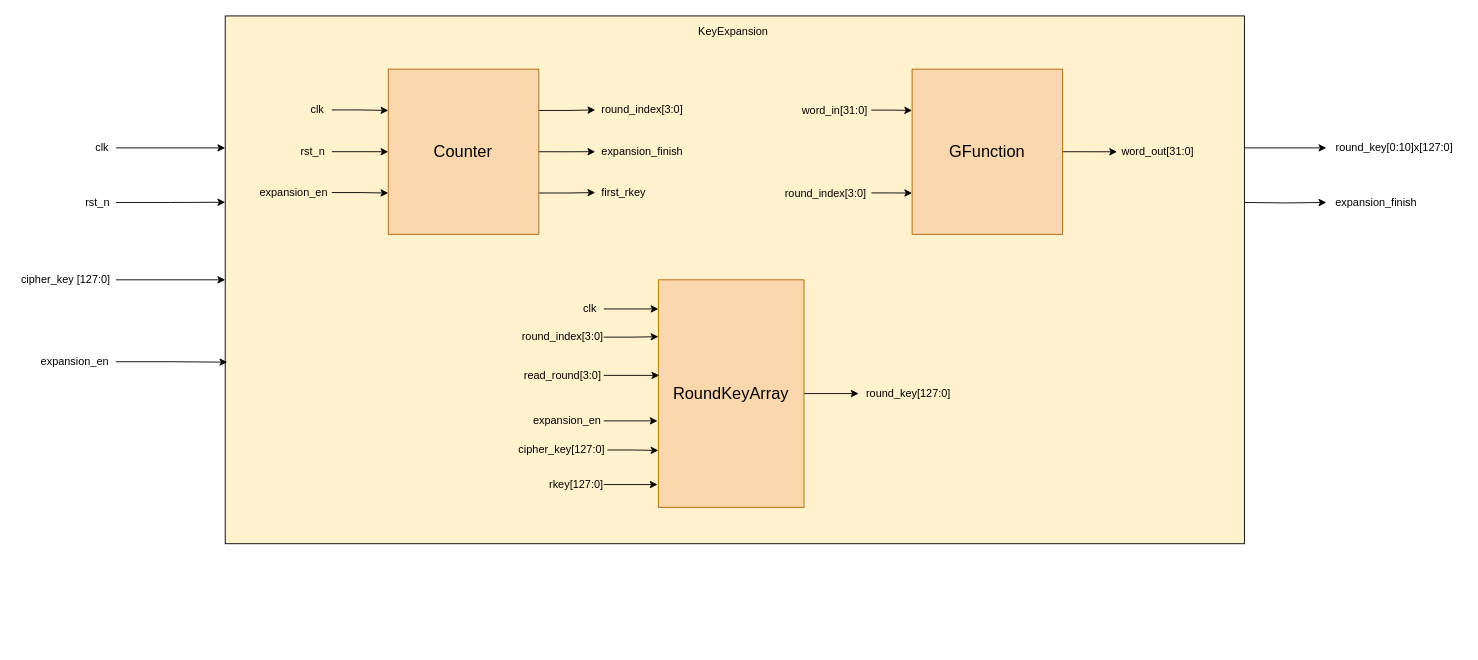
Above: KeyExpansion/diagram/drawio/AESKeyExpansionTopDes.drawio in LQLManZz/AES128-Verilog (draw.io), before the change. Source tidied: cells renumbered, new cells numbered last; positions are measured from the earlier drawing's top-left corner, leaving out a move shared by most shapes. Both pictures are drawn from the tidied source at 91%, with x=0, y=0 at pixel (15, 15).
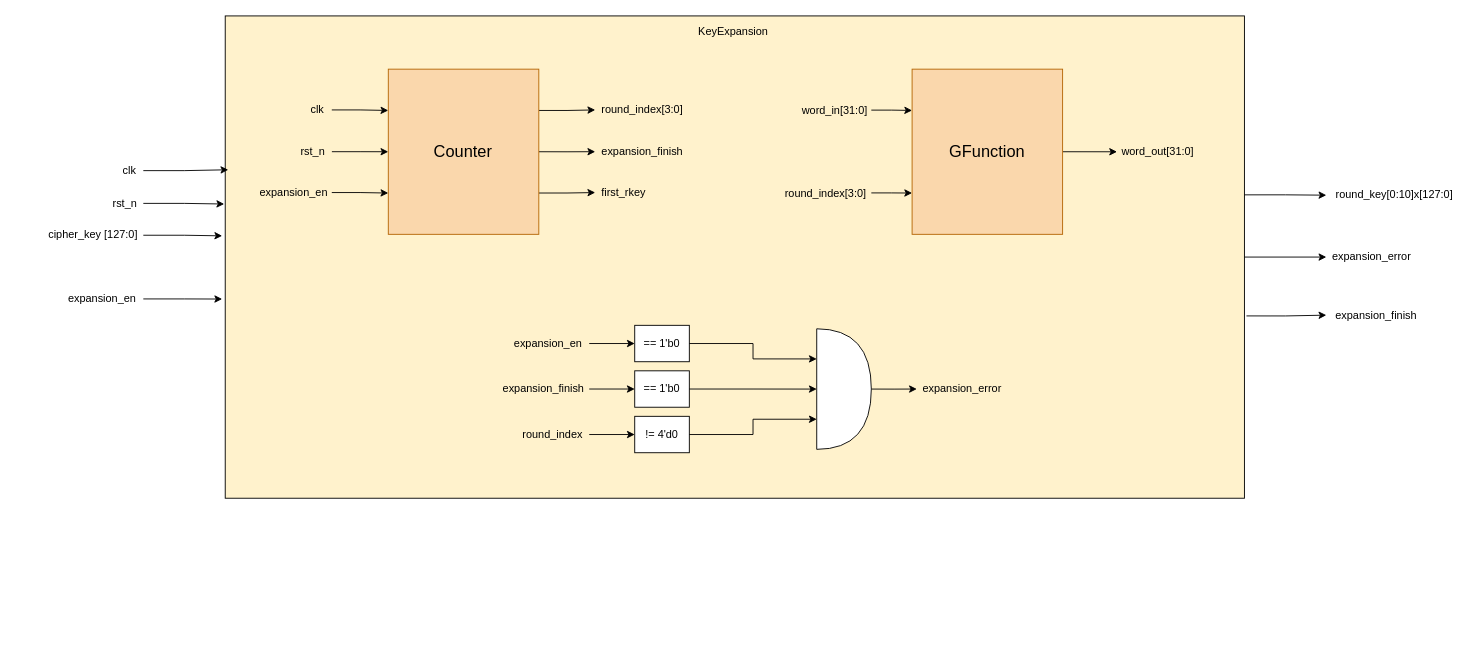
The same page after the edit.

Diff of the diagram source:
```diff
@@
-    <mxCell id="2" style="edgeStyle=orthogonalEdgeStyle;rounded=0;jettySize=auto;html=1;exitX=1;exitY=0.5;exitDx=0;exitDy=0;entryX=0;entryY=0.25;entryDx=0;entryDy=0;" parent="1" edge="1" source="3" target="12">
-      <mxGeometry relative="1" as="geometry" />
-    </mxCell>
     <mxCell id="3" value="clk" style="text;html=1;whiteSpace=wrap;strokeColor=none;fillColor=none;align=center;verticalAlign=middle;rounded=0;" parent="1" vertex="1">
-      <mxGeometry x="80" y="130" width="30" height="30" as="geometry" />
+      <mxGeometry x="110" y="155" width="30" height="30" as="geometry" />
     </mxCell>
     <mxCell id="4" value="rst_n" style="text;html=1;whiteSpace=wrap;strokeColor=none;fillColor=none;align=center;verticalAlign=middle;rounded=0;" parent="1" vertex="1">
-      <mxGeometry x="70" y="190" width="40" height="30" as="geometry" />
+      <mxGeometry x="100" y="191" width="40" height="30" as="geometry" />
     </mxCell>
     <mxCell id="5" value="expansion_en" style="text;html=1;whiteSpace=wrap;strokeColor=none;fillColor=none;align=center;verticalAlign=middle;rounded=0;" parent="1" vertex="1">
-      <mxGeometry x="20" y="360" width="90" height="40" as="geometry" />
+      <mxGeometry x="50" y="291" width="90" height="40" as="geometry" />
     </mxCell>
-    <mxCell id="6" style="edgeStyle=orthogonalEdgeStyle;rounded=0;jettySize=auto;html=1;exitX=1;exitY=0.5;exitDx=0;exitDy=0;entryX=0;entryY=0.5;entryDx=0;entryDy=0;" parent="1" edge="1" source="7" target="12">
-      <mxGeometry relative="1" as="geometry" />
-    </mxCell>
     <mxCell id="7" value="cipher_key [127:0]" style="text;html=1;whiteSpace=wrap;strokeColor=none;fillColor=none;align=center;verticalAlign=middle;rounded=0;" parent="1" vertex="1">
-      <mxGeometry y="275" width="110" height="30" as="geometry" />
+      <mxGeometry x="30" y="226" width="110" height="30" as="geometry" />
     </mxCell>
     <mxCell id="8" value="round_key[0:10]x[127:0]" style="text;html=1;whiteSpace=wrap;strokeColor=none;fillColor=none;align=center;verticalAlign=middle;rounded=0;" parent="1" vertex="1">
-      <mxGeometry x="1440" y="130" width="150" height="30" as="geometry" />
+      <mxGeometry x="1440" y="182" width="150" height="30" as="geometry" />
     </mxCell>
-    <mxCell id="9" style="edgeStyle=orthogonalEdgeStyle;rounded=0;jettySize=auto;html=1;exitX=0;exitY=0.5;exitDx=0;exitDy=0;entryX=0;entryY=0.5;entryDx=0;entryDy=0;" parent="1" edge="1" target="10">
-      <mxGeometry relative="1" as="geometry">
-        <mxPoint x="1350" y="205" as="sourcePoint" />
-      </mxGeometry>
-    </mxCell>
     <mxCell id="10" value="expansion_finish" style="text;html=1;whiteSpace=wrap;strokeColor=none;fillColor=none;align=center;verticalAlign=middle;rounded=0;" parent="1" vertex="1">
-      <mxGeometry x="1440" y="190" width="110" height="30" as="geometry" />
+      <mxGeometry x="1440" y="313.8" width="110" height="30" as="geometry" />
     </mxCell>
-    <mxCell id="11" style="group;" parent="1" vertex="1">
-      <mxGeometry x="230" width="1180" height="690" as="geometry" />
-    </mxCell>
-    <mxCell id="12" style="rounded=0;whiteSpace=wrap;html=1;fillColor=#fff2cc;strokeColor=#000000;" parent="11" vertex="1">
-      <mxGeometry width="1120" height="580" as="geometry" />
+    <mxCell id="12" style="rounded=0;whiteSpace=wrap;html=1;fillColor=#fff2cc;strokeColor=#000000;" parent="1" vertex="1">
+      <mxGeometry x="230" width="1120" height="530" as="geometry" />
     </mxCell>
-    <mxCell id="13" value="KeyExpansion" style="text;html=1;whiteSpace=wrap;strokeColor=none;fillColor=none;align=center;verticalAlign=middle;rounded=0;" parent="11" vertex="1">
-      <mxGeometry x="506.9" width="103.1" height="35.1" as="geometry" />
+    <mxCell id="13" value="KeyExpansion" style="text;html=1;whiteSpace=wrap;strokeColor=none;fillColor=none;align=center;verticalAlign=middle;rounded=0;" parent="1" vertex="1">
+      <mxGeometry x="736.9" width="103.1" height="35.1" as="geometry" />
     </mxCell>
-    <mxCell id="14" style="group;" parent="11" vertex="1">
-      <mxGeometry x="34.4" y="58.5" width="475.6" height="181.5" as="geometry" />
+    <mxCell id="14" style="group;" parent="1" vertex="1">
+      <mxGeometry x="264.4" y="58.5" width="475.6" height="181.5" as="geometry" />
     </mxCell>
@@
-    <mxCell id="28" style="group;" parent="11" vertex="1">
-      <mxGeometry x="610" y="58.5" width="460" height="181.5" as="geometry" />
+    <mxCell id="28" style="group;" parent="1" vertex="1">
+      <mxGeometry x="840" y="58.5" width="460" height="181.5" as="geometry" />
     </mxCell>
@@
-    <mxCell id="36" style="group;" parent="11" vertex="1">
-      <mxGeometry x="320" y="290" width="486" height="250" as="geometry" />
-    </mxCell>
-    <mxCell id="37" value="clk" style="text;html=1;whiteSpace=wrap;strokeColor=none;fillColor=none;align=center;verticalAlign=middle;rounded=0;" parent="36" vertex="1">
-      <mxGeometry x="66" y="17" width="30" height="30" as="geometry" />
-    </mxCell>
+    <mxCell id="55" style="edgeStyle=orthogonalEdgeStyle;rounded=0;jettySize=auto;html=1;exitX=1;exitY=0.5;exitDx=0;exitDy=0;entryX=0;entryY=0.5;entryDx=0;entryDy=0;" parent="1" edge="1" source="12" target="56">
+      <mxGeometry relative="1" as="geometry" />
+    </mxCell>
+    <mxCell id="56" value="expansion_error" style="text;html=1;whiteSpace=wrap;strokeColor=none;fillColor=none;align=center;verticalAlign=middle;rounded=0;" parent="1" vertex="1">
+      <mxGeometry x="1440" y="250" width="100" height="30" as="geometry" />
+    </mxCell>
+    <mxCell id="57" value="expansion_error" style="text;html=1;whiteSpace=wrap;strokeColor=none;fillColor=none;align=center;verticalAlign=middle;rounded=0;" parent="1" vertex="1">
+      <mxGeometry x="990" y="395" width="100" height="30" as="geometry" />
+    </mxCell>
+    <mxCell id="58" style="edgeStyle=orthogonalEdgeStyle;rounded=0;jettySize=auto;html=1;exitX=1;exitY=0.5;exitDx=0;exitDy=0;exitPerimeter=0;entryX=0;entryY=0.5;entryDx=0;entryDy=0;" parent="1" edge="1" source="59" target="57">
+      <mxGeometry relative="1" as="geometry" />
+    </mxCell>
+    <mxCell id="59" style="shape=or;whiteSpace=wrap;html=1;" parent="1" vertex="1">
+      <mxGeometry x="880" y="343.8" width="60" height="132.5" as="geometry" />
+    </mxCell>
+    <mxCell id="60" style="edgeStyle=orthogonalEdgeStyle;rounded=0;jettySize=auto;html=1;exitX=1;exitY=0.5;exitDx=0;exitDy=0;entryX=0;entryY=0.5;entryDx=0;entryDy=0;" parent="1" edge="1" source="38" target="65">
+      <mxGeometry relative="1" as="geometry" />
+    </mxCell>
-    <mxCell id="38" value="expansion_en" style="text;html=1;whiteSpace=wrap;strokeColor=none;fillColor=none;align=center;verticalAlign=middle;rounded=0;" parent="36" vertex="1">
-      <mxGeometry x="16" y="140" width="80" height="30" as="geometry" />
+    <mxCell id="38" value="expansion_en" style="text;html=1;whiteSpace=wrap;strokeColor=none;fillColor=none;align=center;verticalAlign=middle;rounded=0;" parent="1" vertex="1">
+      <mxGeometry x="540" y="345" width="90" height="30" as="geometry" />
     </mxCell>
-    <mxCell id="39" style="edgeStyle=orthogonalEdgeStyle;rounded=0;jettySize=auto;html=1;exitX=1;exitY=0.5;exitDx=0;exitDy=0;entryX=0;entryY=0.5;entryDx=0;entryDy=0;" parent="36" edge="1" source="40" target="45">
-      <mxGeometry relative="1" as="geometry" />
-    </mxCell>
-    <mxCell id="40" value="&lt;font style=&quot;font-size: 18px;&quot;&gt;RoundKeyArray&lt;/font&gt;" style="whiteSpace=wrap;html=1;fillColor=#fad7ac;strokeColor=#b46504;" parent="36" vertex="1">
-      <mxGeometry x="156" width="160" height="250" as="geometry" />
-    </mxCell>
-    <mxCell id="41" style="edgeStyle=orthogonalEdgeStyle;rounded=0;jettySize=auto;html=1;exitX=1;exitY=0.5;exitDx=0;exitDy=0;entryX=0;entryY=0.75;entryDx=0;entryDy=0;" parent="36" edge="1" source="42" target="40">
-      <mxGeometry relative="1" as="geometry" />
-    </mxCell>
-    <mxCell id="42" value="cipher_key[127:0]" style="text;html=1;whiteSpace=wrap;strokeColor=none;fillColor=none;align=center;verticalAlign=middle;rounded=0;" parent="36" vertex="1">
-      <mxGeometry y="172" width="100" height="30" as="geometry" />
-    </mxCell>
-    <mxCell id="43" value="rkey[127:0]" style="text;html=1;whiteSpace=wrap;strokeColor=none;fillColor=none;align=center;verticalAlign=middle;rounded=0;" parent="36" vertex="1">
-      <mxGeometry x="36" y="210" width="60" height="30" as="geometry" />
-    </mxCell>
-    <mxCell id="44" style="edgeStyle=orthogonalEdgeStyle;rounded=0;jettySize=auto;html=1;exitX=1;exitY=0.5;exitDx=0;exitDy=0;entryX=0;entryY=0.128;entryDx=0;entryDy=0;entryPerimeter=0;" parent="36" edge="1" source="37" target="40">
-      <mxGeometry relative="1" as="geometry" />
-    </mxCell>
-    <mxCell id="45" value="round_key[127:0]" style="text;html=1;whiteSpace=wrap;strokeColor=none;fillColor=none;align=center;verticalAlign=middle;rounded=0;" parent="36" vertex="1">
-      <mxGeometry x="376" y="110" width="110" height="30" as="geometry" />
-    </mxCell>
-    <mxCell id="46" style="edgeStyle=orthogonalEdgeStyle;rounded=0;jettySize=auto;html=1;exitX=1;exitY=0.5;exitDx=0;exitDy=0;entryX=0;entryY=0.25;entryDx=0;entryDy=0;" parent="36" edge="1" source="47" target="40">
-      <mxGeometry relative="1" as="geometry" />
-    </mxCell>
-    <mxCell id="47" value="round_index[3:0]" style="text;html=1;whiteSpace=wrap;strokeColor=none;fillColor=none;align=center;verticalAlign=middle;rounded=0;" parent="36" vertex="1">
-      <mxGeometry x="6" y="48" width="90" height="30" as="geometry" />
-    </mxCell>
-    <mxCell id="48" style="edgeStyle=orthogonalEdgeStyle;rounded=0;jettySize=auto;html=1;exitX=1;exitY=0.5;exitDx=0;exitDy=0;entryX=-0.006;entryY=0.9;entryDx=0;entryDy=0;entryPerimeter=0;" parent="36" edge="1" source="43" target="40">
-      <mxGeometry relative="1" as="geometry" />
-    </mxCell>
-    <mxCell id="49" style="edgeStyle=orthogonalEdgeStyle;rounded=0;jettySize=auto;html=1;exitX=1;exitY=0.5;exitDx=0;exitDy=0;entryX=-0.006;entryY=0.62;entryDx=0;entryDy=0;entryPerimeter=0;" parent="36" edge="1" source="38" target="40">
-      <mxGeometry relative="1" as="geometry" />
-    </mxCell>
-    <mxCell id="50" value="read_round[3:0]" style="text;html=1;whiteSpace=wrap;strokeColor=none;fillColor=none;align=center;verticalAlign=middle;rounded=0;" parent="36" vertex="1">
-      <mxGeometry x="6" y="90" width="90" height="30" as="geometry" />
-    </mxCell>
-    <mxCell id="51" style="edgeStyle=orthogonalEdgeStyle;rounded=0;jettySize=auto;html=1;exitX=1;exitY=0.5;exitDx=0;exitDy=0;entryX=0.006;entryY=0.42;entryDx=0;entryDy=0;entryPerimeter=0;" parent="36" edge="1" source="50" target="40">
-      <mxGeometry relative="1" as="geometry" />
-    </mxCell>
+    <mxCell id="61" style="edgeStyle=orthogonalEdgeStyle;rounded=0;jettySize=auto;html=1;exitX=1;exitY=0.5;exitDx=0;exitDy=0;entryX=0;entryY=0.5;entryDx=0;entryDy=0;" parent="1" edge="1" source="62" target="66">
+      <mxGeometry relative="1" as="geometry" />
+    </mxCell>
+    <mxCell id="62" value="expansion_finish" style="text;html=1;whiteSpace=wrap;strokeColor=none;fillColor=none;align=center;verticalAlign=middle;rounded=0;" parent="1" vertex="1">
+      <mxGeometry x="530" y="395" width="100" height="30" as="geometry" />
+    </mxCell>
+    <mxCell id="63" style="edgeStyle=orthogonalEdgeStyle;rounded=0;jettySize=auto;html=1;exitX=1;exitY=0.5;exitDx=0;exitDy=0;entryX=0;entryY=0.5;entryDx=0;entryDy=0;" parent="1" edge="1" source="64" target="67">
+      <mxGeometry relative="1" as="geometry" />
+    </mxCell>
+    <mxCell id="64" value="round_index" style="text;html=1;whiteSpace=wrap;strokeColor=none;fillColor=none;align=center;verticalAlign=middle;rounded=0;" parent="1" vertex="1">
+      <mxGeometry x="550" y="445" width="80" height="30" as="geometry" />
+    </mxCell>
+    <mxCell id="65" value="== 1'b0" style="whiteSpace=wrap;html=1;" parent="1" vertex="1">
+      <mxGeometry x="680" y="340" width="60" height="40" as="geometry" />
+    </mxCell>
+    <mxCell id="66" value="== 1'b0" style="whiteSpace=wrap;html=1;" parent="1" vertex="1">
+      <mxGeometry x="680" y="390" width="60" height="40" as="geometry" />
+    </mxCell>
+    <mxCell id="67" value="!= 4'd0" style="whiteSpace=wrap;html=1;" parent="1" vertex="1">
+      <mxGeometry x="680" y="440" width="60" height="40" as="geometry" />
+    </mxCell>
+    <mxCell id="68" style="edgeStyle=orthogonalEdgeStyle;rounded=0;jettySize=auto;html=1;exitX=1;exitY=0.5;exitDx=0;exitDy=0;entryX=0;entryY=0.25;entryDx=0;entryDy=0;entryPerimeter=0;" parent="1" edge="1" source="65" target="59">
+      <mxGeometry relative="1" as="geometry" />
+    </mxCell>
+    <mxCell id="69" style="edgeStyle=orthogonalEdgeStyle;rounded=0;jettySize=auto;html=1;exitX=1;exitY=0.5;exitDx=0;exitDy=0;entryX=0;entryY=0.5;entryDx=0;entryDy=0;entryPerimeter=0;" parent="1" edge="1" source="66" target="59">
+      <mxGeometry relative="1" as="geometry" />
+    </mxCell>
+    <mxCell id="70" style="edgeStyle=orthogonalEdgeStyle;rounded=0;jettySize=auto;html=1;exitX=1;exitY=0.5;exitDx=0;exitDy=0;entryX=0;entryY=0.75;entryDx=0;entryDy=0;entryPerimeter=0;" parent="1" edge="1" source="67" target="59">
+      <mxGeometry relative="1" as="geometry" />
+    </mxCell>
+    <mxCell id="2" style="edgeStyle=orthogonalEdgeStyle;rounded=0;jettySize=auto;html=1;exitX=1;exitY=0.5;exitDx=0;exitDy=0;entryX=0.003;entryY=0.319;entryDx=0;entryDy=0;entryPerimeter=0;" parent="1" edge="1" source="3" target="12">
+      <mxGeometry relative="1" as="geometry" />
+    </mxCell>
-    <mxCell id="52" style="edgeStyle=orthogonalEdgeStyle;rounded=0;jettySize=auto;html=1;exitX=1;exitY=0.5;exitDx=0;exitDy=0;entryX=0;entryY=0.353;entryDx=0;entryDy=0;entryPerimeter=0;" parent="1" edge="1" source="4" target="12">
+    <mxCell id="52" style="edgeStyle=orthogonalEdgeStyle;rounded=0;jettySize=auto;html=1;exitX=1;exitY=0.5;exitDx=0;exitDy=0;entryX=-0.001;entryY=0.39;entryDx=0;entryDy=0;entryPerimeter=0;" parent="1" edge="1" source="4" target="12">
       <mxGeometry relative="1" as="geometry" />
     </mxCell>
+    <mxCell id="6" style="edgeStyle=orthogonalEdgeStyle;rounded=0;jettySize=auto;html=1;exitX=1;exitY=0.5;exitDx=0;exitDy=0;entryX=-0.003;entryY=0.456;entryDx=0;entryDy=0;entryPerimeter=0;" parent="1" edge="1" source="7" target="12">
+      <mxGeometry relative="1" as="geometry" />
+    </mxCell>
-    <mxCell id="53" style="edgeStyle=orthogonalEdgeStyle;rounded=0;jettySize=auto;html=1;exitX=1;exitY=0.5;exitDx=0;exitDy=0;entryX=0.002;entryY=0.656;entryDx=0;entryDy=0;entryPerimeter=0;" parent="1" edge="1" source="5" target="12">
+    <mxCell id="53" style="edgeStyle=orthogonalEdgeStyle;rounded=0;jettySize=auto;html=1;exitX=1;exitY=0.5;exitDx=0;exitDy=0;entryX=-0.003;entryY=0.587;entryDx=0;entryDy=0;entryPerimeter=0;" parent="1" edge="1" source="5" target="12">
       <mxGeometry relative="1" as="geometry" />
     </mxCell>
-    <mxCell id="54" style="edgeStyle=orthogonalEdgeStyle;rounded=0;jettySize=auto;html=1;exitX=1;exitY=0.25;exitDx=0;exitDy=0;entryX=0;entryY=0.5;entryDx=0;entryDy=0;" parent="1" edge="1" source="12" target="8">
+    <mxCell id="54" style="edgeStyle=orthogonalEdgeStyle;rounded=0;jettySize=auto;html=1;exitX=1;exitY=0.371;exitDx=0;exitDy=0;entryX=0;entryY=0.5;entryDx=0;entryDy=0;exitPerimeter=0;" parent="1" edge="1" source="12" target="8">
       <mxGeometry relative="1" as="geometry" />
     </mxCell>
+    <mxCell id="71" style="edgeStyle=orthogonalEdgeStyle;rounded=0;jettySize=auto;html=1;exitX=1.002;exitY=0.622;exitDx=0;exitDy=0;entryX=0;entryY=0.5;entryDx=0;entryDy=0;exitPerimeter=0;" parent="1" edge="1" source="12" target="10">
+      <mxGeometry relative="1" as="geometry" />
+    </mxCell>
```
